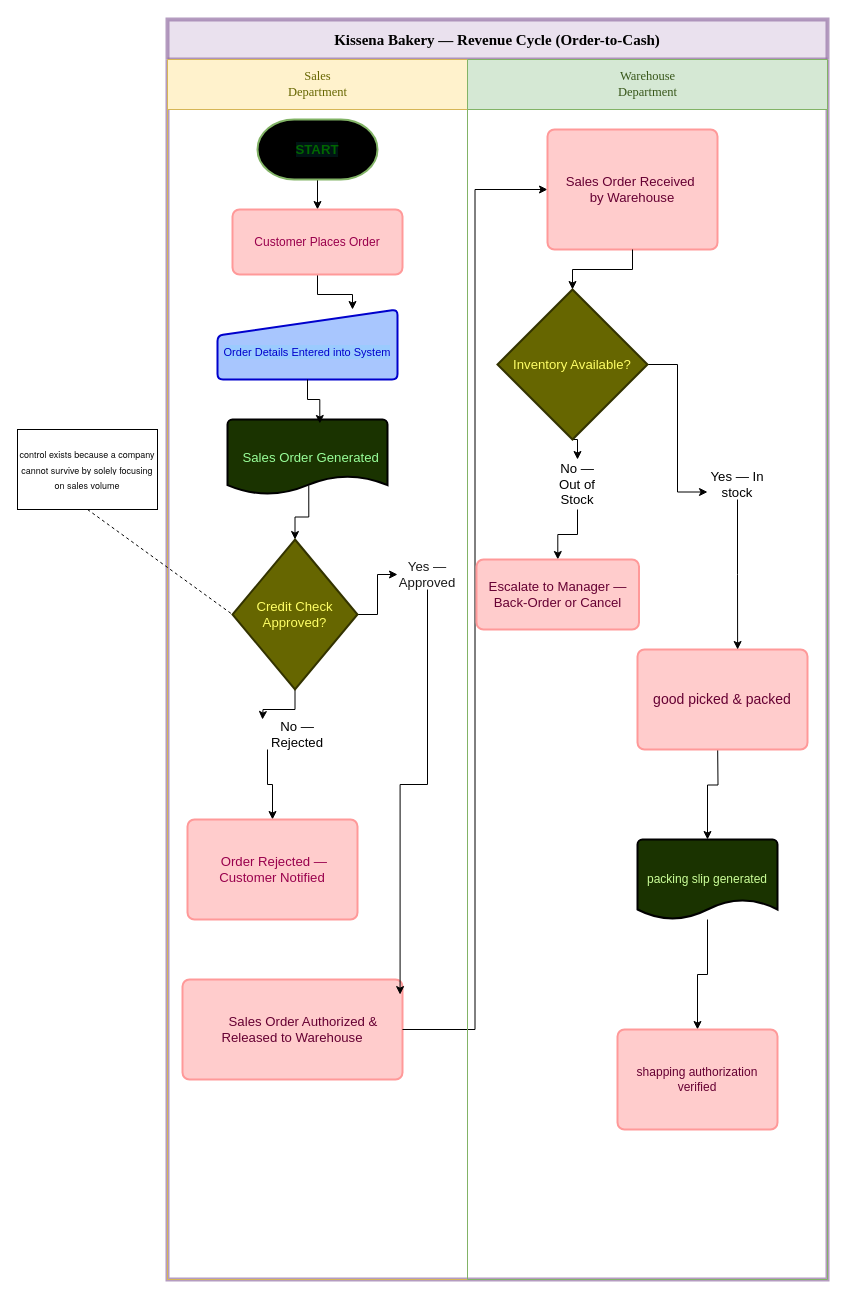
Above: page "Page-1" (1 of 2) of Revenue_Cycle_Controls.drawio in Qasem90/drawio (draw.io), before the change. Source tidied: cells renumbered, new cells numbered last; positions are measured from the earlier drawing's top-left corner, leaving out a move shared by most shapes. Both pictures are drawn from the tidied source at 100%, with x=0, y=0 at pixel (17, 19).
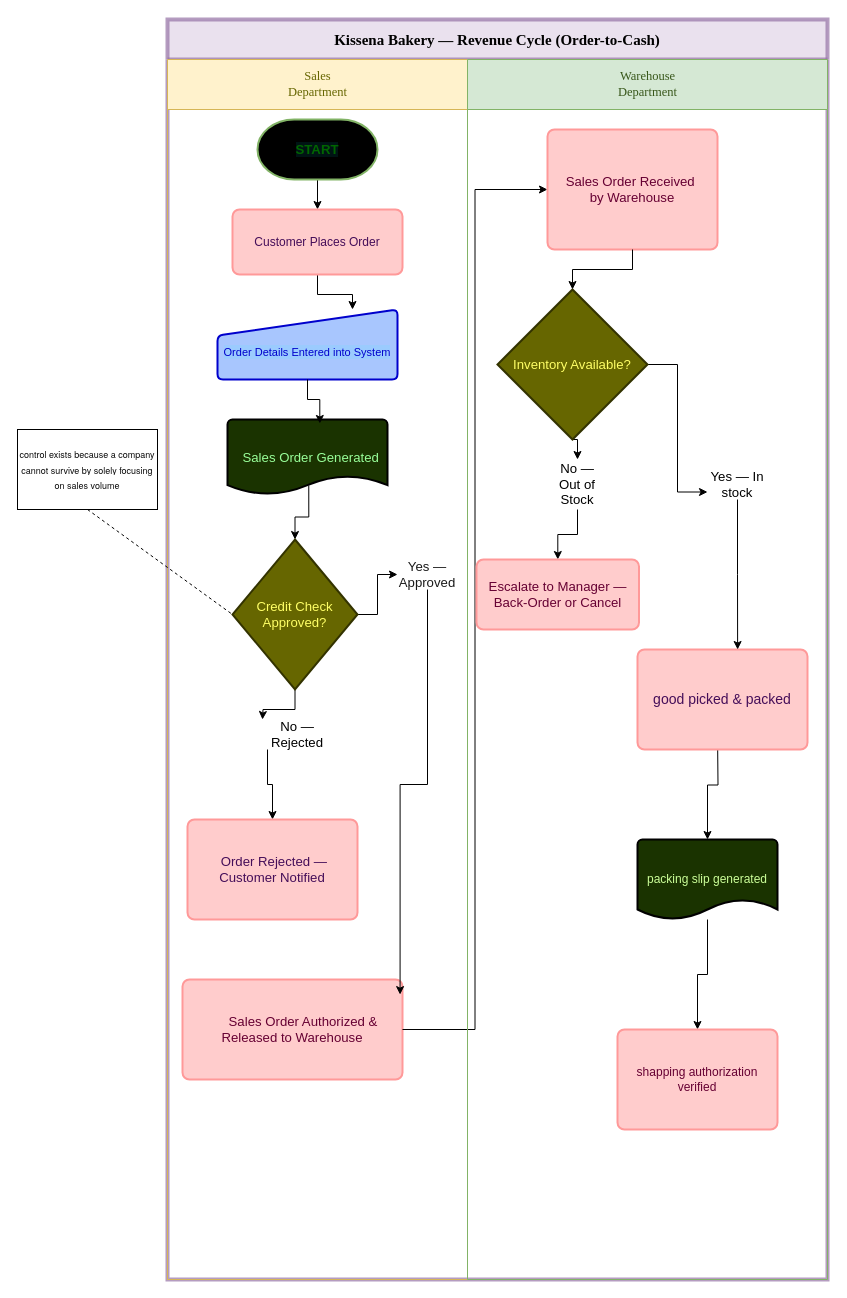
The same page after the edit.

Unchanged cells that the change refers to:
```xml
<mxCell id="3" value="&lt;span style=&quot;font-weight: 400; text-align: start; white-space: normal; caret-color: rgb(0, 245, 255); font-size: 12.512px; color: rgb(102, 102, 0);&quot;&gt;&lt;font face=&quot;Times New Roman&quot;&gt;Sales Department&lt;/font&gt;&lt;/span&gt;" style="swimlane;startSize=50;html=1;fillColor=#fff2cc;strokeColor=#d6b656;" parent="2" vertex="1">
  <mxGeometry y="40" width="300" height="1220" as="geometry" />
</mxCell>
<mxCell id="23" value="&lt;p&gt;&lt;span style=&quot;font-weight: 400; text-align: start; white-space: normal; caret-color: rgb(0, 245, 255); font-size: 12.512px; color: light-dark(rgb(56, 87, 26), rgb(0, 115, 123));&quot;&gt;&lt;font face=&quot;Times New Roman&quot;&gt;Warehouse Department&lt;/font&gt;&lt;/span&gt;&lt;/p&gt;" style="swimlane;startSize=50;html=1;fillColor=#d5e8d4;strokeColor=#82b366;" parent="2" vertex="1">
  <mxGeometry x="300" y="40" width="360" height="1220" as="geometry" />
</mxCell>
```

Diff of the diagram source:
```diff
@@
-    <mxCell id="7" value="&lt;span style=&quot;text-align: start; caret-color: rgb(0, 245, 255); color: light-dark(rgb(153, 0, 77), rgb(12, 33, 0));&quot;&gt;&lt;font face=&quot;Helvetica&quot;&gt;Customer Places Order&lt;/font&gt;&lt;/span&gt;" style="rounded=1;whiteSpace=wrap;html=1;absoluteArcSize=1;arcSize=14;strokeWidth=2;fillColor=#FFCCCC;strokeColor=#FF9999;" parent="3" vertex="1">
+    <mxCell id="7" value="&lt;span style=&quot;text-align: start; caret-color: rgb(0, 245, 255); color: light-dark(rgb(69, 14, 89), rgb(12, 33, 0));&quot;&gt;&lt;font face=&quot;Helvetica&quot;&gt;Customer Places Order&lt;/font&gt;&lt;/span&gt;" style="rounded=1;whiteSpace=wrap;html=1;absoluteArcSize=1;arcSize=14;strokeWidth=2;fillColor=#FFCCCC;strokeColor=#FF9999;" parent="3" vertex="1">
       <mxGeometry x="65" y="150" width="170" height="65" as="geometry" />
     </mxCell>
@@
-    <mxCell id="18" value="&lt;span style=&quot;color: rgb(153, 0, 77);&quot;&gt;&lt;font face=&quot;Helvetica&quot;&gt;&lt;span style=&quot;caret-color: rgb(0, 245, 255); font-size: 13.192px; text-align: start;&quot;&gt;&amp;nbsp;&lt;/span&gt;&lt;span style=&quot;caret-color: rgb(0, 245, 255); font-size: 13.192px; text-align: start;&quot;&gt;Order Rejected — Customer Notifie&lt;/span&gt;&lt;span style=&quot;caret-color: rgb(0, 245, 255); font-size: 13.192px; text-align: start;&quot;&gt;d&lt;/span&gt;&lt;/font&gt;&lt;/span&gt;" style="rounded=1;whiteSpace=wrap;html=1;absoluteArcSize=1;arcSize=14;strokeWidth=2;fillColor=#FFCCCC;strokeColor=#FF9999;" parent="3" vertex="1">
+    <mxCell id="18" value="&lt;span style=&quot;color: light-dark(rgb(69, 14, 89), rgb(255, 172, 238));&quot;&gt;&lt;font face=&quot;Helvetica&quot;&gt;&lt;span style=&quot;caret-color: rgb(0, 245, 255); font-size: 13.192px; text-align: start;&quot;&gt;&amp;nbsp;&lt;/span&gt;&lt;span style=&quot;caret-color: rgb(0, 245, 255); font-size: 13.192px; text-align: start;&quot;&gt;Order Rejected — Customer Notifie&lt;/span&gt;&lt;span style=&quot;caret-color: rgb(0, 245, 255); font-size: 13.192px; text-align: start;&quot;&gt;d&lt;/span&gt;&lt;/font&gt;&lt;/span&gt;" style="rounded=1;whiteSpace=wrap;html=1;absoluteArcSize=1;arcSize=14;strokeWidth=2;fillColor=#FFCCCC;strokeColor=#FF9999;" parent="3" vertex="1">
       <mxGeometry x="20" y="760" width="170" height="100" as="geometry" />
     </mxCell>
@@
-    <mxCell id="37" value="&lt;span style=&quot;caret-color: rgb(102, 0, 51); color: rgb(102, 0, 51); font-size: 14px;&quot;&gt;good picked &amp;amp; packed&lt;/span&gt;" style="rounded=1;whiteSpace=wrap;html=1;absoluteArcSize=1;arcSize=14;strokeWidth=2;fillColor=#FFCCCC;strokeColor=#FF9999;" parent="23" vertex="1">
+    <mxCell id="37" value="&lt;span style=&quot;caret-color: rgb(102, 0, 51); font-size: 14px; color: light-dark(rgb(69, 14, 89), rgb(255, 193, 237));&quot;&gt;good picked &amp;amp; packed&lt;/span&gt;" style="rounded=1;whiteSpace=wrap;html=1;absoluteArcSize=1;arcSize=14;strokeWidth=2;fillColor=#FFCCCC;strokeColor=#FF9999;" parent="23" vertex="1">
       <mxGeometry x="170" y="590" width="170" height="100" as="geometry" />
     </mxCell>
```
